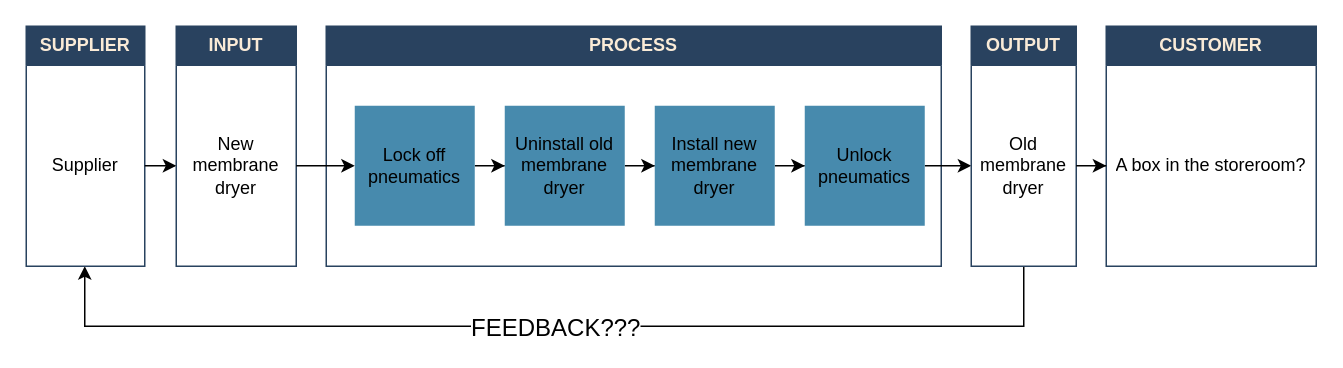
Woolfrey/woolfrey.github.io keeps this draw.io diagram as page "membrane_dryer" (4 of 5) of assets/docs/posts/2025/sipoc.drawio. Above is the earlier version. Source tidied: cells renumbered, new cells numbered last; positions are measured from the earlier drawing's top-left corner, leaving out a move shared by most shapes. Both pictures are drawn from the tidied source at 150%, with x=0, y=0 at pixel (26, 26).
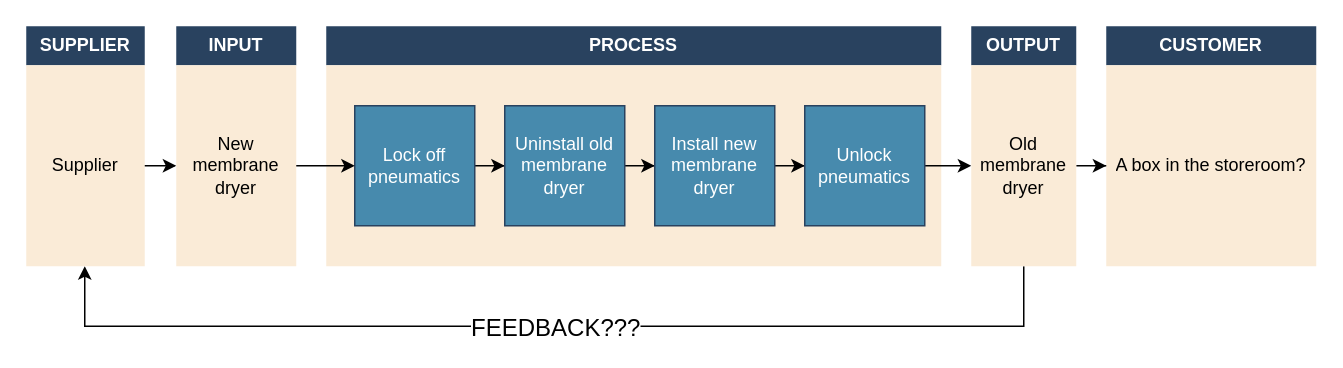
Above is the later version.

Change to the diagram source:
```diff
@@
-    <mxCell id="2" value="&lt;b&gt;&lt;font color=&quot;#faebd7&quot;&gt;PROCESS&lt;/font&gt;&lt;/b&gt;" style="swimlane;fontStyle=0;horizontal=1;startSize=26;fillColor=#29425F;whiteSpace=wrap;html=1;strokeColor=#29425F;" parent="1" vertex="1">
+    <mxCell id="2" value="&lt;b&gt;&lt;font color=&quot;#ffffff&quot;&gt;PROCESS&lt;/font&gt;&lt;/b&gt;" style="swimlane;fontStyle=0;horizontal=1;startSize=26;fillColor=#29425F;whiteSpace=wrap;html=1;strokeColor=none;" parent="1" vertex="1">
       <mxGeometry x="200" width="410" height="160" as="geometry" />
     </mxCell>
-    <mxCell id="3" value="&amp;nbsp;" style="text;strokeColor=none;fillColor=none;align=left;verticalAlign=top;spacingLeft=4;spacingRight=4;overflow=hidden;whiteSpace=wrap;html=1;" parent="2" vertex="1">
+    <mxCell id="3" value="&amp;nbsp;" style="text;strokeColor=none;fillColor=#FAEBD7;align=left;verticalAlign=top;spacingLeft=4;spacingRight=4;overflow=hidden;whiteSpace=wrap;html=1;" parent="2" vertex="1">
       <mxGeometry y="26" width="410" height="134" as="geometry" />
     </mxCell>
@@
-    <mxCell id="5" value="Lock off pneumatics" style="whiteSpace=wrap;html=1;fillColor=#478AAD;strokeColor=none;" parent="1" vertex="1">
+    <mxCell id="5" value="Lock off pneumatics" style="whiteSpace=wrap;html=1;fillColor=#478AAD;strokeColor=#29425F;fontColor=#FFFFFF;" parent="1" vertex="1">
       <mxGeometry x="219" y="53" width="80" height="80" as="geometry" />
     </mxCell>
@@
-    <mxCell id="7" value="Uninstall old membrane dryer" style="whiteSpace=wrap;html=1;fillColor=#478AAD;strokeColor=none;" parent="1" vertex="1">
+    <mxCell id="7" value="Uninstall old membrane dryer" style="whiteSpace=wrap;html=1;fillColor=#478AAD;strokeColor=#29425F;fontColor=#FFFFFF;" parent="1" vertex="1">
       <mxGeometry x="319" y="53" width="80" height="80" as="geometry" />
     </mxCell>
@@
-    <mxCell id="9" value="Install new membrane dryer" style="whiteSpace=wrap;html=1;fillColor=#478AAD;strokeColor=none;" parent="1" vertex="1">
+    <mxCell id="9" value="Install new membrane dryer" style="whiteSpace=wrap;html=1;fillColor=#478AAD;strokeColor=#29425F;fontColor=#FFFFFF;" parent="1" vertex="1">
       <mxGeometry x="419" y="53" width="80" height="80" as="geometry" />
     </mxCell>
@@
-    <mxCell id="11" value="Unlock pneumatics" style="whiteSpace=wrap;html=1;fillColor=#478AAD;strokeColor=none;" parent="1" vertex="1">
+    <mxCell id="11" value="Unlock pneumatics" style="whiteSpace=wrap;html=1;fillColor=#478AAD;strokeColor=#29425F;fontColor=#FFFFFF;" parent="1" vertex="1">
       <mxGeometry x="519" y="53" width="80" height="80" as="geometry" />
     </mxCell>
-    <mxCell id="12" value="&lt;b&gt;&lt;font color=&quot;#faebd7&quot;&gt;INPUT&lt;/font&gt;&lt;/b&gt;" style="swimlane;fontStyle=0;horizontal=1;startSize=26;fillColor=#29425F;whiteSpace=wrap;html=1;strokeColor=#29425F;" parent="1" vertex="1">
+    <mxCell id="12" value="&lt;b&gt;&lt;font color=&quot;#ffffff&quot;&gt;INPUT&lt;/font&gt;&lt;/b&gt;" style="swimlane;fontStyle=0;horizontal=1;startSize=26;fillColor=#29425F;whiteSpace=wrap;html=1;strokeColor=none;" parent="1" vertex="1">
       <mxGeometry x="100" width="80" height="160" as="geometry" />
     </mxCell>
-    <mxCell id="13" value="New membrane dryer" style="text;strokeColor=none;fillColor=none;align=center;verticalAlign=middle;spacingLeft=4;spacingRight=4;overflow=hidden;points=[[0,0.5],[1,0.5]];portConstraint=eastwest;whiteSpace=wrap;html=1;" parent="12" vertex="1">
+    <mxCell id="13" value="New membrane dryer" style="text;strokeColor=none;fillColor=#FAEBD7;align=center;verticalAlign=middle;spacingLeft=4;spacingRight=4;overflow=hidden;points=[[0,0.5],[1,0.5]];portConstraint=eastwest;whiteSpace=wrap;html=1;" parent="12" vertex="1">
       <mxGeometry y="26" width="80" height="134" as="geometry" />
     </mxCell>
@@
-    <mxCell id="16" value="&lt;b&gt;&lt;font color=&quot;#faebd7&quot;&gt;OUTPUT&lt;/font&gt;&lt;/b&gt;" style="swimlane;fontStyle=0;horizontal=1;startSize=26;fillColor=#29425F;whiteSpace=wrap;html=1;strokeColor=#29425F;" parent="1" vertex="1">
+    <mxCell id="16" value="&lt;b&gt;&lt;font color=&quot;#ffffff&quot;&gt;OUTPUT&lt;/font&gt;&lt;/b&gt;" style="swimlane;fontStyle=0;horizontal=1;startSize=26;fillColor=#29425F;whiteSpace=wrap;html=1;strokeColor=none;" parent="1" vertex="1">
       <mxGeometry x="630" width="70" height="160" as="geometry" />
     </mxCell>
-    <mxCell id="17" value="&lt;b&gt;&lt;font color=&quot;#faebd7&quot;&gt;SUPPLIER&lt;/font&gt;&lt;/b&gt;" style="swimlane;fontStyle=0;horizontal=1;startSize=26;fillColor=#29425F;whiteSpace=wrap;html=1;strokeColor=#29425F;" parent="1" vertex="1">
+    <mxCell id="17" value="&lt;b&gt;&lt;font color=&quot;#ffffff&quot;&gt;SUPPLIER&lt;/font&gt;&lt;/b&gt;" style="swimlane;fontStyle=0;horizontal=1;startSize=26;fillColor=#29425F;whiteSpace=wrap;html=1;strokeColor=none;" parent="1" vertex="1">
       <mxGeometry width="79" height="160" as="geometry" />
     </mxCell>
-    <mxCell id="18" value="Supplier" style="text;strokeColor=none;fillColor=none;align=center;verticalAlign=middle;spacingLeft=4;spacingRight=4;overflow=hidden;points=[[0,0.5],[1,0.5]];portConstraint=eastwest;whiteSpace=wrap;html=1;" parent="17" vertex="1">
+    <mxCell id="18" value="Supplier" style="text;strokeColor=none;fillColor=#FAEBD7;align=center;verticalAlign=middle;spacingLeft=4;spacingRight=4;overflow=hidden;points=[[0,0.5],[1,0.5]];portConstraint=eastwest;whiteSpace=wrap;html=1;" parent="17" vertex="1">
       <mxGeometry y="26" width="79" height="134" as="geometry" />
     </mxCell>
@@
-    <mxCell id="20" value="&lt;b&gt;&lt;font color=&quot;#faebd7&quot;&gt;CUSTOMER&lt;/font&gt;&lt;/b&gt;" style="swimlane;fontStyle=0;horizontal=1;startSize=26;fillColor=#29425F;whiteSpace=wrap;html=1;strokeColor=#29425F;" parent="1" vertex="1">
+    <mxCell id="20" value="&lt;b&gt;&lt;font color=&quot;#ffffff&quot;&gt;CUSTOMER&lt;/font&gt;&lt;/b&gt;" style="swimlane;fontStyle=0;horizontal=1;startSize=26;fillColor=#29425F;whiteSpace=wrap;html=1;strokeColor=none;" parent="1" vertex="1">
       <mxGeometry x="720" width="140" height="160" as="geometry" />
     </mxCell>
-    <mxCell id="21" value="A box in the storeroom?" style="text;strokeColor=none;fillColor=none;align=center;verticalAlign=middle;spacingLeft=4;spacingRight=4;overflow=hidden;points=[[0,0.5],[1,0.5]];portConstraint=eastwest;whiteSpace=wrap;html=1;" parent="20" vertex="1">
+    <mxCell id="21" value="A box in the storeroom?" style="text;strokeColor=none;fillColor=#FAEBD7;align=center;verticalAlign=middle;spacingLeft=4;spacingRight=4;overflow=hidden;points=[[0,0.5],[1,0.5]];portConstraint=eastwest;whiteSpace=wrap;html=1;" parent="20" vertex="1">
       <mxGeometry y="26" width="140" height="134" as="geometry" />
     </mxCell>
@@
-    <mxCell id="23" value="Old membrane&lt;br&gt;dryer" style="text;strokeColor=none;fillColor=none;align=center;verticalAlign=middle;spacingLeft=4;spacingRight=4;overflow=hidden;points=[[0,0.5],[1,0.5]];portConstraint=eastwest;whiteSpace=wrap;html=1;" parent="1" vertex="1">
+    <mxCell id="23" value="Old membrane&lt;br&gt;dryer" style="text;strokeColor=none;fillColor=#FAEBD7;align=center;verticalAlign=middle;spacingLeft=4;spacingRight=4;overflow=hidden;points=[[0,0.5],[1,0.5]];portConstraint=eastwest;whiteSpace=wrap;html=1;" parent="1" vertex="1">
       <mxGeometry x="630" y="26" width="70" height="134" as="geometry" />
     </mxCell>
```
